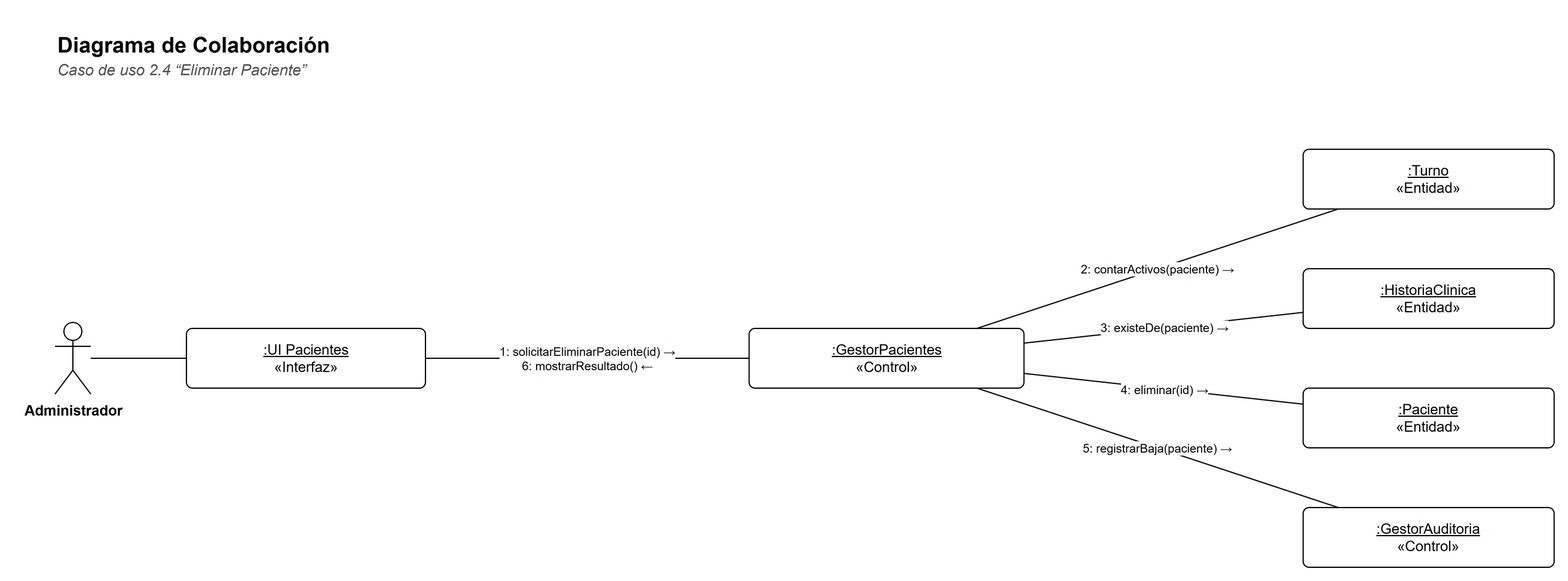
The draw.io diagram docs/diagramas/colaboracion-2-4.png in Matiglorioso/kineturnos, before a commit. Source tidied: cells renumbered, new cells last; positions are measured from the earlier drawing's top-left corner, leaving out a move shared by most shapes.
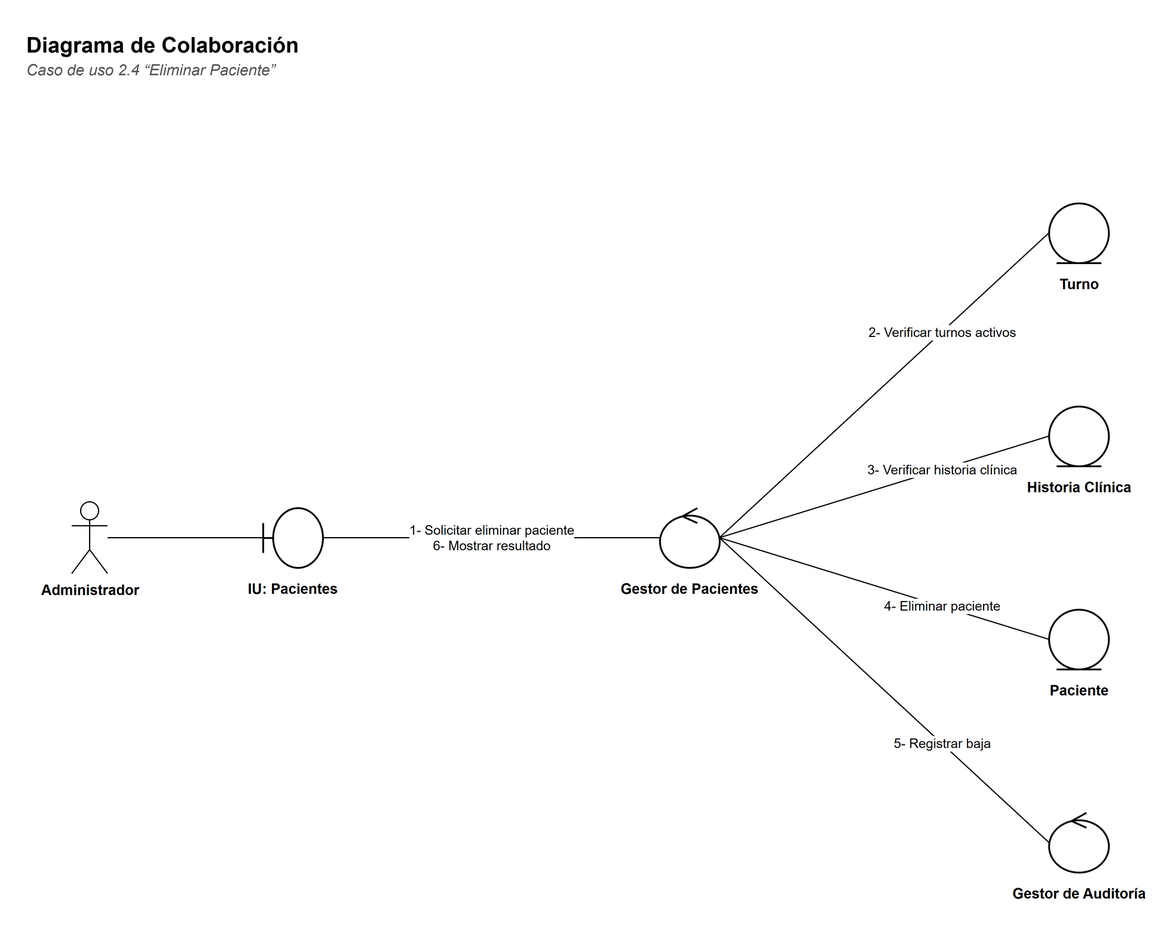
After the change.

Change to the diagram source:
```diff
@@ -9,43 +9,61 @@
       <mxGeometry y="24" width="900" height="20" as="geometry" />
     </mxCell>
     <mxCell id="4" value="Administrador" style="shape=umlActor;verticalLabelPosition=bottom;verticalAlign=top;html=1;outlineConnect=0;fillColor=#FFFFFF;strokeColor=#000000;fontFamily=Helvetica;fontSize=12;fontStyle=1;" parent="1" vertex="1">
-      <mxGeometry y="250" width="30" height="60" as="geometry" />
+      <mxGeometry x="40" y="400" width="30" height="60" as="geometry" />
     </mxCell>
-    <mxCell id="5" value="&lt;u&gt;:UI Pacientes&lt;/u&gt;&lt;br&gt;«Interfaz»" style="rounded=0;whiteSpace=wrap;html=1;fillColor=#FFFFFF;strokeColor=#000000;fontFamily=Helvetica;fontSize=12;rounded=1;arcSize=10;" parent="1" vertex="1">
-      <mxGeometry x="110" y="255" width="200" height="50" as="geometry" />
+    <mxCell id="5" style="shape=umlBoundary;html=1;fillColor=#FFFFFF;strokeColor=#000000;strokeWidth=1.5;" parent="1" vertex="1">
+      <mxGeometry x="200" y="405" width="50" height="50" as="geometry" />
     </mxCell>
-    <mxCell id="6" value="&lt;u&gt;:GestorPacientes&lt;/u&gt;&lt;br&gt;«Control»" style="rounded=0;whiteSpace=wrap;html=1;fillColor=#FFFFFF;strokeColor=#000000;fontFamily=Helvetica;fontSize=12;rounded=1;arcSize=10;" parent="1" vertex="1">
-      <mxGeometry x="580.8" y="255" width="230" height="50" as="geometry" />
+    <mxCell id="6" value="&lt;b&gt;IU: Pacientes&lt;/b&gt;" style="text;html=1;strokeColor=none;fillColor=none;align=left;verticalAlign=top;whiteSpace=wrap;fontFamily=Helvetica;align=center;fontSize=12;" parent="1" vertex="1">
+      <mxGeometry x="160" y="459" width="130" height="40" as="geometry" />
     </mxCell>
-    <mxCell id="7" value="&lt;u&gt;:Turno&lt;/u&gt;&lt;br&gt;«Entidad»" style="rounded=0;whiteSpace=wrap;html=1;fillColor=#FFFFFF;strokeColor=#000000;fontFamily=Helvetica;fontSize=12;rounded=1;arcSize=10;" parent="1" vertex="1">
-      <mxGeometry x="1044.4" y="105" width="210" height="50" as="geometry" />
+    <mxCell id="7" style="shape=umlControl;html=1;fillColor=#FFFFFF;strokeColor=#000000;strokeWidth=1.5;" parent="1" vertex="1">
+      <mxGeometry x="532" y="405" width="50" height="50" as="geometry" />
     </mxCell>
-    <mxCell id="8" value="&lt;u&gt;:HistoriaClinica&lt;/u&gt;&lt;br&gt;«Entidad»" style="rounded=0;whiteSpace=wrap;html=1;fillColor=#FFFFFF;strokeColor=#000000;fontFamily=Helvetica;fontSize=12;rounded=1;arcSize=10;" parent="1" vertex="1">
-      <mxGeometry x="1044.4" y="205" width="210" height="50" as="geometry" />
+    <mxCell id="8" value="&lt;b&gt;Gestor de Pacientes&lt;/b&gt;" style="text;html=1;strokeColor=none;fillColor=none;align=left;verticalAlign=top;whiteSpace=wrap;fontFamily=Helvetica;align=center;fontSize=12;" parent="1" vertex="1">
+      <mxGeometry x="492" y="459" width="130" height="40" as="geometry" />
     </mxCell>
-    <mxCell id="9" value="&lt;u&gt;:Paciente&lt;/u&gt;&lt;br&gt;«Entidad»" style="rounded=0;whiteSpace=wrap;html=1;fillColor=#FFFFFF;strokeColor=#000000;fontFamily=Helvetica;fontSize=12;rounded=1;arcSize=10;" parent="1" vertex="1">
-      <mxGeometry x="1044.4" y="305" width="210" height="50" as="geometry" />
+    <mxCell id="9" style="shape=umlEntity;html=1;fillColor=#FFFFFF;strokeColor=#000000;strokeWidth=1.5;" parent="1" vertex="1">
+      <mxGeometry x="857.6" y="150" width="50" height="50" as="geometry" />
     </mxCell>
-    <mxCell id="10" value="&lt;u&gt;:GestorAuditoria&lt;/u&gt;&lt;br&gt;«Control»" style="rounded=0;whiteSpace=wrap;html=1;fillColor=#FFFFFF;strokeColor=#000000;fontFamily=Helvetica;fontSize=12;rounded=1;arcSize=10;" parent="1" vertex="1">
-      <mxGeometry x="1044.4" y="405" width="210" height="50" as="geometry" />
+    <mxCell id="10" value="&lt;b&gt;Turno&lt;/b&gt;" style="text;html=1;strokeColor=none;fillColor=none;align=left;verticalAlign=top;whiteSpace=wrap;fontFamily=Helvetica;align=center;fontSize=12;" parent="1" vertex="1">
+      <mxGeometry x="817.6" y="204" width="130" height="40" as="geometry" />
     </mxCell>
-    <mxCell id="11" style="edgeStyle=none;html=1;endArrow=none;endFill=0;strokeColor=#000000;fontFamily=Helvetica;fontSize=11;labelBackgroundColor=#FFFFFF;" parent="1" edge="1" source="4" target="5">
-      <mxGeometry relative="1" as="geometry" />
+    <mxCell id="11" style="shape=umlEntity;html=1;fillColor=#FFFFFF;strokeColor=#000000;strokeWidth=1.5;" parent="1" vertex="1">
+      <mxGeometry x="857.6" y="320" width="50" height="50" as="geometry" />
     </mxCell>
-    <mxCell id="12" value="1: solicitarEliminarPaciente(id) →&lt;br&gt;6: mostrarResultado() ←" style="edgeStyle=none;html=1;endArrow=none;endFill=0;strokeColor=#000000;fontFamily=Helvetica;fontSize=11;labelBackgroundColor=#FFFFFF;fontSize=10;" parent="1" edge="1" source="6" target="5">
-      <mxGeometry relative="1" as="geometry" />
+    <mxCell id="12" value="&lt;b&gt;Historia Clínica&lt;/b&gt;" style="text;html=1;strokeColor=none;fillColor=none;align=left;verticalAlign=top;whiteSpace=wrap;fontFamily=Helvetica;align=center;fontSize=12;" parent="1" vertex="1">
+      <mxGeometry x="817.6" y="374" width="130" height="40" as="geometry" />
     </mxCell>
-    <mxCell id="13" value="2: contarActivos(paciente) →" style="edgeStyle=none;html=1;endArrow=none;endFill=0;strokeColor=#000000;fontFamily=Helvetica;fontSize=11;labelBackgroundColor=#FFFFFF;fontSize=10;" parent="1" edge="1" source="7" target="6">
-      <mxGeometry relative="1" as="geometry" />
+    <mxCell id="13" style="shape=umlEntity;html=1;fillColor=#FFFFFF;strokeColor=#000000;strokeWidth=1.5;" parent="1" vertex="1">
+      <mxGeometry x="857.6" y="490" width="50" height="50" as="geometry" />
     </mxCell>
-    <mxCell id="14" value="3: existeDe(paciente) →" style="edgeStyle=none;html=1;endArrow=none;endFill=0;strokeColor=#000000;fontFamily=Helvetica;fontSize=11;labelBackgroundColor=#FFFFFF;fontSize=10;" parent="1" edge="1" source="8" target="6">
-      <mxGeometry relative="1" as="geometry" />
+    <mxCell id="14" value="&lt;b&gt;Paciente&lt;/b&gt;" style="text;html=1;strokeColor=none;fillColor=none;align=left;verticalAlign=top;whiteSpace=wrap;fontFamily=Helvetica;align=center;fontSize=12;" parent="1" vertex="1">
+      <mxGeometry x="817.6" y="544" width="130" height="40" as="geometry" />
     </mxCell>
-    <mxCell id="15" value="4: eliminar(id) →" style="edgeStyle=none;html=1;endArrow=none;endFill=0;strokeColor=#000000;fontFamily=Helvetica;fontSize=11;labelBackgroundColor=#FFFFFF;fontSize=10;" parent="1" edge="1" source="9" target="6">
-      <mxGeometry relative="1" as="geometry" />
+    <mxCell id="15" style="shape=umlControl;html=1;fillColor=#FFFFFF;strokeColor=#000000;strokeWidth=1.5;" parent="1" vertex="1">
+      <mxGeometry x="857.6" y="660" width="50" height="50" as="geometry" />
     </mxCell>
-    <mxCell id="16" value="5: registrarBaja(paciente) →" style="edgeStyle=none;html=1;endArrow=none;endFill=0;strokeColor=#000000;fontFamily=Helvetica;fontSize=11;labelBackgroundColor=#FFFFFF;fontSize=10;" parent="1" edge="1" source="10" target="6">
-      <mxGeometry relative="1" as="geometry" />
+    <mxCell id="16" value="&lt;b&gt;Gestor de Auditoría&lt;/b&gt;" style="text;html=1;strokeColor=none;fillColor=none;align=left;verticalAlign=top;whiteSpace=wrap;fontFamily=Helvetica;align=center;fontSize=12;" parent="1" vertex="1">
+      <mxGeometry x="817.6" y="714" width="130" height="40" as="geometry" />
     </mxCell>
+    <mxCell id="17" style="edgeStyle=none;html=1;endArrow=none;endFill=0;strokeColor=#000000;fontFamily=Helvetica;fontSize=11;labelBackgroundColor=#FFFFFF;" parent="1" edge="1" source="4" target="5">
+      <mxGeometry relative="1" as="geometry" />
+    </mxCell>
+    <mxCell id="18" value="1- Solicitar eliminar paciente&lt;br&gt;6- Mostrar resultado" style="edgeStyle=none;html=1;endArrow=none;endFill=0;strokeColor=#000000;fontFamily=Helvetica;fontSize=11;labelBackgroundColor=#FFFFFF;fontSize=11;exitX=1;exitY=0.5;exitDx=0;exitDy=0;entryX=0;entryY=0.5;entryDx=0;entryDy=0;" parent="1" edge="1" source="5" target="7">
+      <mxGeometry relative="1" as="geometry" />
+    </mxCell>
+    <mxCell id="19" value="2- Verificar turnos activos" style="edgeStyle=none;html=1;endArrow=none;endFill=0;strokeColor=#000000;fontFamily=Helvetica;fontSize=11;labelBackgroundColor=#FFFFFF;fontSize=11;exitX=1;exitY=0.5;exitDx=0;exitDy=0;entryX=0;entryY=0.5;entryDx=0;entryDy=0;" parent="1" edge="1" source="7" target="9">
+      <mxGeometry x="0.35" relative="1" as="geometry" />
+    </mxCell>
+    <mxCell id="20" value="3- Verificar historia clínica" style="edgeStyle=none;html=1;endArrow=none;endFill=0;strokeColor=#000000;fontFamily=Helvetica;fontSize=11;labelBackgroundColor=#FFFFFF;fontSize=11;exitX=1;exitY=0.5;exitDx=0;exitDy=0;entryX=0;entryY=0.5;entryDx=0;entryDy=0;" parent="1" edge="1" source="7" target="11">
+      <mxGeometry x="0.35" relative="1" as="geometry" />
+    </mxCell>
+    <mxCell id="21" value="4- Eliminar paciente" style="edgeStyle=none;html=1;endArrow=none;endFill=0;strokeColor=#000000;fontFamily=Helvetica;fontSize=11;labelBackgroundColor=#FFFFFF;fontSize=11;exitX=1;exitY=0.5;exitDx=0;exitDy=0;entryX=0;entryY=0.5;entryDx=0;entryDy=0;" parent="1" edge="1" source="7" target="13">
+      <mxGeometry x="0.35" relative="1" as="geometry" />
+    </mxCell>
+    <mxCell id="22" value="5- Registrar baja" style="edgeStyle=none;html=1;endArrow=none;endFill=0;strokeColor=#000000;fontFamily=Helvetica;fontSize=11;labelBackgroundColor=#FFFFFF;fontSize=11;exitX=1;exitY=0.5;exitDx=0;exitDy=0;entryX=0;entryY=0.5;entryDx=0;entryDy=0;" parent="1" edge="1" source="7" target="15">
+      <mxGeometry x="0.35" relative="1" as="geometry" />
+    </mxCell>
   </root>
 </mxGraphModel>
```
